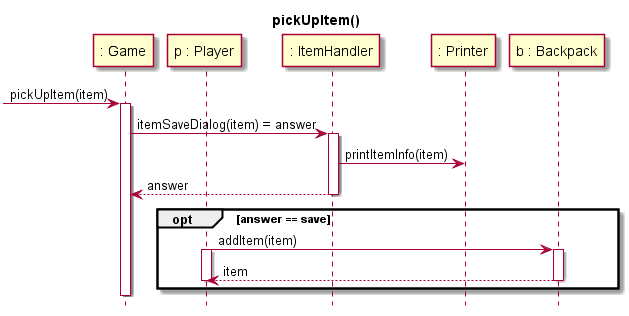
Before: Assignments/img/interaction_diagrams/pickup_item.png, a diagram exported from PlantUML (donami/OOD-1415-markus-hederstrom).
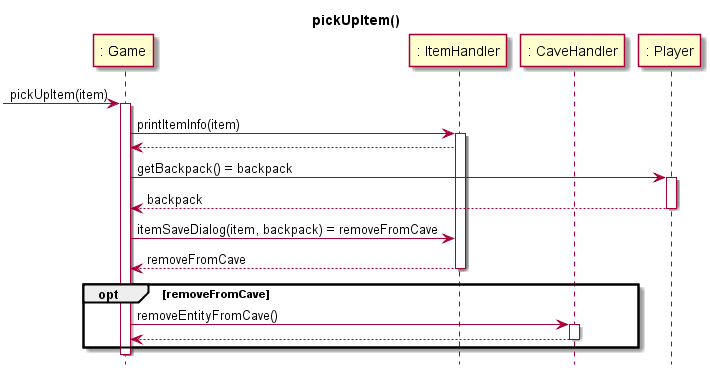
The same diagram one commit later.

Diff of the diagram source:
```diff
@@ -3,29 +3,37 @@
 title pickUpItem()
 
 participant ": Game" as Game
-participant "p : Player" as Player
 participant ": ItemHandler" as ItemHandler
-participant ": Printer" as Printer
-participant "b : Backpack" as Backpack
+participant ": CaveHandler" as CaveHandler
+participant ": Player" as Player
+
 
 [-> Game: pickUpItem(item)
 activate Game
-Game -> ItemHandler: itemSaveDialog(item) = answer
 
+Game -> ItemHandler: printItemInfo(item)
 activate ItemHandler
-ItemHandler -> Printer: printItemInfo(item)
-ItemHandler --> Game: answer
+ItemHandler --> Game
 
+Game -> Player: getBackpack() = backpack
+activate Player
+Player --> Game: backpack
+deactivate Player
+
+Game -> ItemHandler: itemSaveDialog(item, backpack) = removeFromCave
+ItemHandler --> Game: removeFromCave
 deactivate ItemHandler
 
-opt answer == save
-  Player -> Backpack: addItem(item)
-  activate Player
-  activate Backpack
-  Backpack --> Player: item
-  deactivate Backpack
-  deactivate Player
+opt removeFromCave
+
+  Game -> CaveHandler: removeEntityFromCave()
+  activate CaveHandler
+  CaveHandler --> Game
+  deactivate CaveHandler
+
 end
+
+
 
 deactivate Game
 
```
